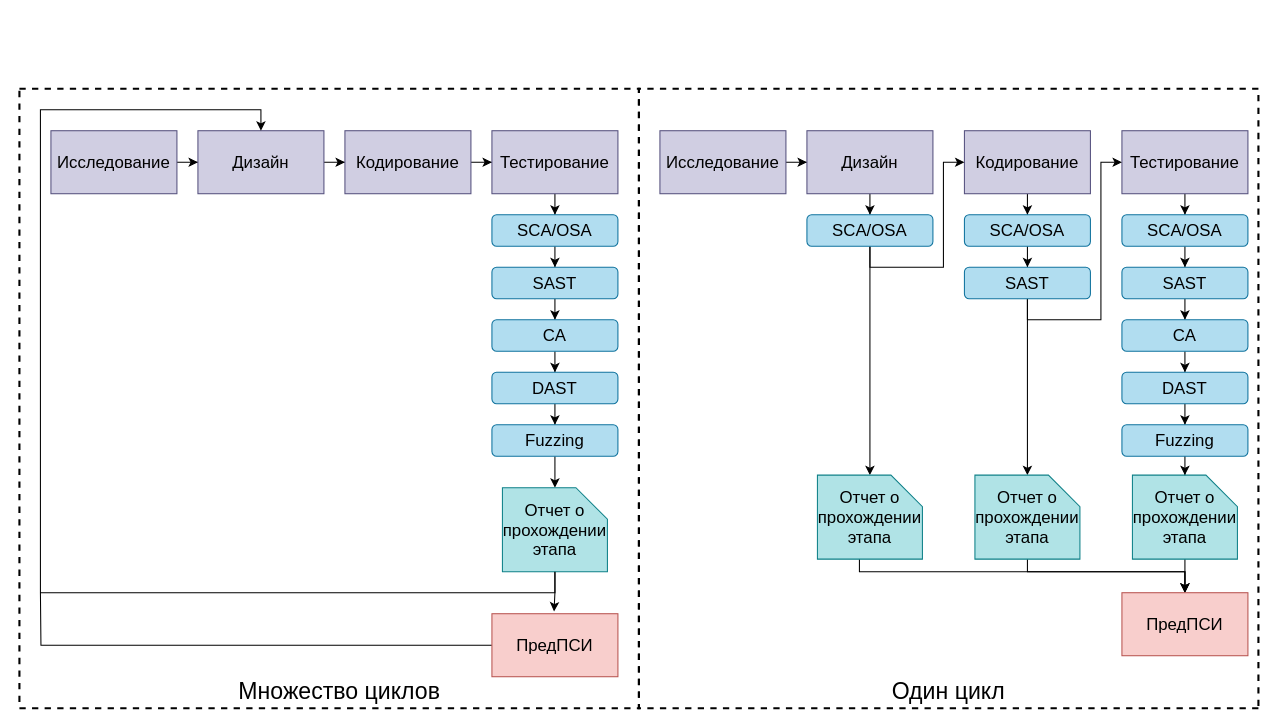
This is page "Страница 6" (6 of 7) of Untitled Diagram2.drawio from GoluzinaD/Python, a draw.io file, before an edit. Source tidied: cells renumbered, new cells numbered last; positions are measured from the earlier drawing's top-left corner, leaving out a move shared by most shapes. Both pictures are drawn from the tidied source at 105%, with x=0, y=0 at pixel (19, 88).
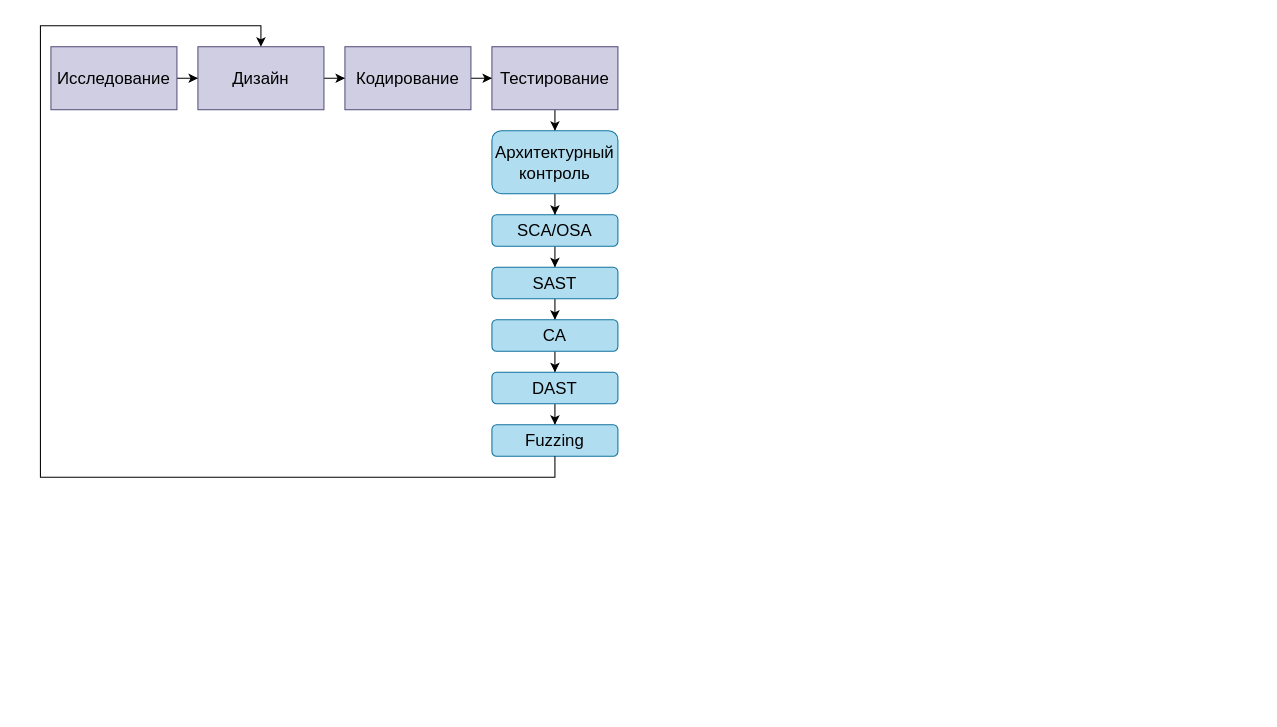
The same diagram, later.

Unchanged cells that the change refers to:
```xml
<mxCell id="12" value="SCA/OSA" style="rounded=1;whiteSpace=wrap;html=1;fontSize=16;fillColor=#b1ddf0;strokeColor=#10739e;fontStyle=0;" parent="1" vertex="1">
  <mxGeometry x="450" y="120" width="120" height="30" as="geometry" />
</mxCell>
<mxCell id="20" value="Fuzzing" style="rounded=1;whiteSpace=wrap;html=1;fontSize=16;fillColor=#b1ddf0;strokeColor=#10739e;fontStyle=0;" parent="1" vertex="1">
  <mxGeometry x="450" y="320" width="120" height="30" as="geometry" />
</mxCell>
```

What changed in the source:
```diff
@@
-    <mxCell id="2" style="rounded=0;whiteSpace=wrap;html=1;fontSize=16;fillColor=none;dashed=1;perimeterSpacing=3;strokeWidth=2;" parent="1" vertex="1">
-      <mxGeometry width="590" height="590" as="geometry" />
-    </mxCell>
@@
     <mxCell id="4" value="Исследование" style="rounded=0;whiteSpace=wrap;html=1;fontSize=16;fillColor=#d0cee2;strokeColor=#56517e;fontStyle=0;" parent="1" vertex="1">
-      <mxGeometry x="30" y="40" width="120" height="60" as="geometry" />
+      <mxGeometry x="30" y="-40" width="120" height="60" as="geometry" />
     </mxCell>
@@
     <mxCell id="6" value="Дизайн" style="rounded=0;whiteSpace=wrap;html=1;fontSize=16;fillColor=#d0cee2;strokeColor=#56517e;fontStyle=0;" parent="1" vertex="1">
-      <mxGeometry x="170" y="40" width="120" height="60" as="geometry" />
+      <mxGeometry x="170" y="-40" width="120" height="60" as="geometry" />
     </mxCell>
@@
     <mxCell id="8" value="Кодирование" style="rounded=0;whiteSpace=wrap;html=1;fontSize=16;fillColor=#d0cee2;strokeColor=#56517e;fontStyle=0;" parent="1" vertex="1">
-      <mxGeometry x="310" y="40" width="120" height="60" as="geometry" />
+      <mxGeometry x="310" y="-40" width="120" height="60" as="geometry" />
     </mxCell>
-    <mxCell id="9" style="edgeStyle=orthogonalEdgeStyle;rounded=0;jettySize=auto;html=1;entryX=0.5;entryY=0;entryDx=0;entryDy=0;fontSize=16;fontStyle=0;" parent="1" edge="1" source="10" target="12">
-      <mxGeometry relative="1" as="geometry" />
-    </mxCell>
+    <mxCell id="62" style="edgeStyle=orthogonalEdgeStyle;rounded=0;jettySize=auto;html=1;entryX=0.5;entryY=0;entryDx=0;entryDy=0;" parent="1" edge="1" source="10" target="64">
+      <mxGeometry relative="1" as="geometry" />
+    </mxCell>
     <mxCell id="10" value="Тестирование" style="rounded=0;whiteSpace=wrap;html=1;fontSize=16;fillColor=#d0cee2;strokeColor=#56517e;fontStyle=0;" parent="1" vertex="1">
-      <mxGeometry x="450" y="40" width="120" height="60" as="geometry" />
+      <mxGeometry x="450" y="-40" width="120" height="60" as="geometry" />
     </mxCell>
@@
-    <mxCell id="19" style="edgeStyle=orthogonalEdgeStyle;rounded=0;jettySize=auto;html=1;fontSize=16;fillColor=#b0e3e6;strokeColor=#000000;fontStyle=0;" parent="1" edge="1" source="20" target="22">
-      <mxGeometry relative="1" as="geometry" />
-    </mxCell>
@@
-    <mxCell id="21" style="edgeStyle=orthogonalEdgeStyle;rounded=0;jettySize=auto;html=1;fontSize=16;strokeColor=#000000;entryX=0.493;entryY=-0.036;entryDx=0;entryDy=0;entryPerimeter=0;fontStyle=0;" parent="1" edge="1" source="22" target="58">
-      <mxGeometry relative="1" as="geometry" />
-    </mxCell>
-    <mxCell id="22" value="Отчет о прохождении этапа" style="shape=card;whiteSpace=wrap;html=1;direction=south;fontSize=16;fillColor=#b0e3e6;strokeColor=#0e8088;fontStyle=0;" parent="1" vertex="1">
-      <mxGeometry x="460" y="380" width="100" height="80" as="geometry" />
-    </mxCell>
-    <mxCell id="23" style="edgeStyle=orthogonalEdgeStyle;rounded=0;jettySize=auto;html=1;entryX=0.5;entryY=0;entryDx=0;entryDy=0;fontSize=16;strokeColor=#000000;exitX=1;exitY=0.5;exitDx=0;exitDy=0;exitPerimeter=0;fontStyle=0;" parent="1" edge="1" source="22" target="6">
+    <mxCell id="23" style="edgeStyle=orthogonalEdgeStyle;rounded=0;jettySize=auto;html=1;entryX=0.5;entryY=0;entryDx=0;entryDy=0;fontSize=16;strokeColor=#000000;exitX=0.5;exitY=1;exitDx=0;exitDy=0;fontStyle=0;" parent="1" edge="1" source="20" target="6">
       <mxGeometry relative="1" as="geometry">
         <Array as="points">
-          <mxPoint x="510" y="480" />
-          <mxPoint x="20" y="480" />
-          <mxPoint x="20" y="20" />
-          <mxPoint x="230" y="20" />
+          <mxPoint x="510" y="370" />
+          <mxPoint x="20" y="370" />
+          <mxPoint x="20" y="-60" />
+          <mxPoint x="230" y="-60" />
         </Array>
       </mxGeometry>
     </mxCell>
-    <mxCell id="24" style="edgeStyle=orthogonalEdgeStyle;rounded=0;jettySize=auto;html=1;entryX=0;entryY=0.5;entryDx=0;entryDy=0;fontSize=16;fontStyle=0;" parent="1" edge="1" source="25" target="27">
-      <mxGeometry relative="1" as="geometry" />
-    </mxCell>
-    <mxCell id="25" value="Исследование" style="rounded=0;whiteSpace=wrap;html=1;fontSize=16;fillColor=#d0cee2;strokeColor=#56517e;fontStyle=0;" parent="1" vertex="1">
-      <mxGeometry x="610" y="40" width="120" height="60" as="geometry" />
-    </mxCell>
-    <mxCell id="26" style="edgeStyle=orthogonalEdgeStyle;rounded=0;jettySize=auto;html=1;entryX=0.5;entryY=0;entryDx=0;entryDy=0;fontSize=16;fontStyle=0;" parent="1" edge="1" source="27" target="34">
-      <mxGeometry relative="1" as="geometry" />
-    </mxCell>
-    <mxCell id="27" value="Дизайн" style="rounded=0;whiteSpace=wrap;html=1;fontSize=16;fillColor=#d0cee2;strokeColor=#56517e;fontStyle=0;" parent="1" vertex="1">
-      <mxGeometry x="750" y="40" width="120" height="60" as="geometry" />
-    </mxCell>
-    <mxCell id="28" style="edgeStyle=orthogonalEdgeStyle;rounded=0;jettySize=auto;html=1;entryX=0.5;entryY=0;entryDx=0;entryDy=0;fontSize=16;fontStyle=0;" parent="1" edge="1" source="29" target="36">
-      <mxGeometry relative="1" as="geometry" />
-    </mxCell>
-    <mxCell id="29" value="Кодирование" style="rounded=0;whiteSpace=wrap;html=1;fontSize=16;fillColor=#d0cee2;strokeColor=#56517e;fontStyle=0;" parent="1" vertex="1">
-      <mxGeometry x="900" y="40" width="120" height="60" as="geometry" />
-    </mxCell>
-    <mxCell id="30" style="edgeStyle=orthogonalEdgeStyle;rounded=0;jettySize=auto;html=1;entryX=0.5;entryY=0;entryDx=0;entryDy=0;fontSize=16;fontStyle=0;" parent="1" edge="1" source="31" target="38">
-      <mxGeometry relative="1" as="geometry" />
-    </mxCell>
-    <mxCell id="31" value="Тестирование" style="rounded=0;whiteSpace=wrap;html=1;fontSize=16;fillColor=#d0cee2;strokeColor=#56517e;fontStyle=0;" parent="1" vertex="1">
-      <mxGeometry x="1050" y="40" width="120" height="60" as="geometry" />
-    </mxCell>
-    <mxCell id="32" style="edgeStyle=orthogonalEdgeStyle;rounded=0;jettySize=auto;html=1;entryX=0;entryY=0.5;entryDx=0;entryDy=0;fontSize=16;fontStyle=0;" parent="1" edge="1" source="34" target="29">
-      <mxGeometry relative="1" as="geometry">
-        <Array as="points">
-          <mxPoint x="810" y="170" />
-          <mxPoint x="880" y="170" />
-          <mxPoint x="880" y="70" />
-        </Array>
-      </mxGeometry>
-    </mxCell>
-    <mxCell id="33" style="edgeStyle=orthogonalEdgeStyle;rounded=0;jettySize=auto;html=1;entryX=0;entryY=0.5;entryDx=0;entryDy=0;entryPerimeter=0;fontSize=16;fontStyle=0;" parent="1" edge="1" source="34" target="51">
-      <mxGeometry relative="1" as="geometry" />
-    </mxCell>
-    <mxCell id="34" value="SCA/OSA" style="rounded=1;whiteSpace=wrap;html=1;fontSize=16;fillColor=#b1ddf0;strokeColor=#10739e;fontStyle=0;" parent="1" vertex="1">
-      <mxGeometry x="750" y="120" width="120" height="30" as="geometry" />
-    </mxCell>
-    <mxCell id="35" style="edgeStyle=orthogonalEdgeStyle;rounded=0;jettySize=auto;html=1;entryX=0.5;entryY=0;entryDx=0;entryDy=0;fontSize=16;fillColor=#b1ddf0;strokeColor=#000000;fontStyle=0;" parent="1" edge="1" source="36" target="41">
-      <mxGeometry relative="1" as="geometry" />
-    </mxCell>
-    <mxCell id="36" value="SCA/OSA" style="rounded=1;whiteSpace=wrap;html=1;fontSize=16;fillColor=#b1ddf0;strokeColor=#10739e;fontStyle=0;" parent="1" vertex="1">
-      <mxGeometry x="900" y="120" width="120" height="30" as="geometry" />
-    </mxCell>
-    <mxCell id="37" style="edgeStyle=orthogonalEdgeStyle;rounded=0;jettySize=auto;html=1;entryX=0.5;entryY=0;entryDx=0;entryDy=0;fontSize=16;fillColor=#b1ddf0;strokeColor=#000000;fontStyle=0;" parent="1" edge="1" source="38" target="43">
-      <mxGeometry relative="1" as="geometry" />
-    </mxCell>
-    <mxCell id="38" value="SCA/OSA" style="rounded=1;whiteSpace=wrap;html=1;fontSize=16;fillColor=#b1ddf0;strokeColor=#10739e;fontStyle=0;" parent="1" vertex="1">
-      <mxGeometry x="1050" y="120" width="120" height="30" as="geometry" />
-    </mxCell>
-    <mxCell id="39" style="edgeStyle=orthogonalEdgeStyle;rounded=0;jettySize=auto;html=1;entryX=0;entryY=0.5;entryDx=0;entryDy=0;fontSize=16;fontStyle=0;" parent="1" edge="1" source="41" target="31">
-      <mxGeometry relative="1" as="geometry">
-        <Array as="points">
-          <mxPoint x="960" y="220" />
-          <mxPoint x="1030" y="220" />
-          <mxPoint x="1030" y="70" />
-        </Array>
-      </mxGeometry>
-    </mxCell>
-    <mxCell id="40" style="edgeStyle=orthogonalEdgeStyle;rounded=0;jettySize=auto;html=1;fontSize=16;fontStyle=0;" parent="1" edge="1" source="41" target="53">
-      <mxGeometry relative="1" as="geometry" />
-    </mxCell>
-    <mxCell id="41" value="SAST" style="rounded=1;whiteSpace=wrap;html=1;fontSize=16;fillColor=#b1ddf0;strokeColor=#10739e;fontStyle=0;" parent="1" vertex="1">
-      <mxGeometry x="900" y="170" width="120" height="30" as="geometry" />
-    </mxCell>
-    <mxCell id="42" style="edgeStyle=orthogonalEdgeStyle;rounded=0;jettySize=auto;html=1;entryX=0.5;entryY=0;entryDx=0;entryDy=0;fontSize=16;fillColor=#b1ddf0;strokeColor=#000000;fontStyle=0;" parent="1" edge="1" source="43" target="45">
-      <mxGeometry relative="1" as="geometry" />
-    </mxCell>
-    <mxCell id="43" value="SAST" style="rounded=1;whiteSpace=wrap;html=1;fontSize=16;fillColor=#b1ddf0;strokeColor=#10739e;fontStyle=0;" parent="1" vertex="1">
-      <mxGeometry x="1050" y="170" width="120" height="30" as="geometry" />
-    </mxCell>
-    <mxCell id="44" style="edgeStyle=orthogonalEdgeStyle;rounded=0;jettySize=auto;html=1;entryX=0.5;entryY=0;entryDx=0;entryDy=0;fontSize=16;fillColor=#b1ddf0;strokeColor=#000000;fontStyle=0;" parent="1" edge="1" source="45" target="47">
-      <mxGeometry relative="1" as="geometry" />
-    </mxCell>
-    <mxCell id="45" value="CA" style="rounded=1;whiteSpace=wrap;html=1;fontSize=16;fillColor=#b1ddf0;strokeColor=#10739e;fontStyle=0;" parent="1" vertex="1">
-      <mxGeometry x="1050" y="220" width="120" height="30" as="geometry" />
-    </mxCell>
-    <mxCell id="46" style="edgeStyle=orthogonalEdgeStyle;rounded=0;jettySize=auto;html=1;entryX=0.5;entryY=0;entryDx=0;entryDy=0;fontSize=16;fillColor=#b1ddf0;strokeColor=#000000;fontStyle=0;" parent="1" edge="1" source="47" target="49">
-      <mxGeometry relative="1" as="geometry" />
-    </mxCell>
-    <mxCell id="47" value="DAST" style="rounded=1;whiteSpace=wrap;html=1;fontSize=16;fillColor=#b1ddf0;strokeColor=#10739e;fontStyle=0;" parent="1" vertex="1">
-      <mxGeometry x="1050" y="270" width="120" height="30" as="geometry" />
-    </mxCell>
-    <mxCell id="48" style="edgeStyle=orthogonalEdgeStyle;rounded=0;jettySize=auto;html=1;fontSize=16;fillColor=#b0e3e6;strokeColor=#000000;fontStyle=0;" parent="1" edge="1" source="49" target="55">
-      <mxGeometry relative="1" as="geometry" />
-    </mxCell>
-    <mxCell id="49" value="Fuzzing" style="rounded=1;whiteSpace=wrap;html=1;fontSize=16;fillColor=#b1ddf0;strokeColor=#10739e;fontStyle=0;" parent="1" vertex="1">
-      <mxGeometry x="1050" y="320" width="120" height="30" as="geometry" />
-    </mxCell>
-    <mxCell id="50" style="edgeStyle=orthogonalEdgeStyle;rounded=0;jettySize=auto;html=1;fontSize=16;strokeColor=#000000;entryX=0.5;entryY=0;entryDx=0;entryDy=0;fontStyle=0;" parent="1" edge="1" source="51" target="56">
-      <mxGeometry relative="1" as="geometry">
-        <Array as="points">
-          <mxPoint x="800" y="460" />
-          <mxPoint x="1110" y="460" />
-        </Array>
-      </mxGeometry>
-    </mxCell>
-    <mxCell id="51" value="Отчет о прохождении этапа" style="shape=card;whiteSpace=wrap;html=1;direction=south;fontSize=16;fillColor=#b0e3e6;strokeColor=#0e8088;fontStyle=0;" parent="1" vertex="1">
-      <mxGeometry x="760" y="368" width="100" height="80" as="geometry" />
-    </mxCell>
-    <mxCell id="52" style="edgeStyle=orthogonalEdgeStyle;rounded=0;jettySize=auto;html=1;fontSize=16;strokeColor=#000000;fontStyle=0;" parent="1" edge="1" source="53" target="56">
-      <mxGeometry relative="1" as="geometry">
-        <Array as="points">
-          <mxPoint x="960" y="460" />
-          <mxPoint x="1110" y="460" />
-        </Array>
-      </mxGeometry>
-    </mxCell>
-    <mxCell id="53" value="Отчет о прохождении этапа" style="shape=card;whiteSpace=wrap;html=1;direction=south;fontSize=16;fillColor=#b0e3e6;strokeColor=#0e8088;fontStyle=0;" parent="1" vertex="1">
-      <mxGeometry x="910" y="368" width="100" height="80" as="geometry" />
-    </mxCell>
-    <mxCell id="54" style="edgeStyle=orthogonalEdgeStyle;rounded=0;jettySize=auto;html=1;fontSize=16;strokeColor=#000000;fontStyle=0;" parent="1" edge="1" source="55" target="56">
-      <mxGeometry relative="1" as="geometry" />
-    </mxCell>
-    <mxCell id="55" value="Отчет о прохождении этапа" style="shape=card;whiteSpace=wrap;html=1;direction=south;fontSize=16;fillColor=#b0e3e6;strokeColor=#0e8088;fontStyle=0;" parent="1" vertex="1">
-      <mxGeometry x="1060" y="368" width="100" height="80" as="geometry" />
-    </mxCell>
-    <mxCell id="56" value="ПредПСИ" style="rounded=0;whiteSpace=wrap;html=1;fontSize=16;fillColor=#f8cecc;strokeColor=#b85450;fontStyle=0;" parent="1" vertex="1">
-      <mxGeometry x="1050" y="480" width="120" height="60" as="geometry" />
-    </mxCell>
-    <mxCell id="57" style="edgeStyle=orthogonalEdgeStyle;rounded=0;jettySize=auto;html=1;fontSize=22;strokeColor=#000000;endArrow=none;endFill=0;" parent="1" edge="1" source="58">
-      <mxGeometry relative="1" as="geometry">
-        <mxPoint x="20" y="480" as="targetPoint" />
-      </mxGeometry>
-    </mxCell>
-    <mxCell id="58" value="ПредПСИ" style="rounded=0;whiteSpace=wrap;html=1;fontSize=16;fillColor=#f8cecc;strokeColor=#b85450;fontStyle=0;" parent="1" vertex="1">
-      <mxGeometry x="450" y="500" width="120" height="60" as="geometry" />
-    </mxCell>
-    <mxCell id="59" style="rounded=0;whiteSpace=wrap;html=1;fontSize=16;fillColor=none;dashed=1;perimeterSpacing=3;strokeWidth=2;direction=west;" parent="1" vertex="1">
-      <mxGeometry x="590" width="590" height="590" as="geometry" />
-    </mxCell>
-    <mxCell id="60" value="&lt;font style=&quot;font-size: 22px;&quot;&gt;Один цикл&lt;br&gt;&lt;/font&gt;" style="text;html=1;strokeColor=none;fillColor=none;align=center;verticalAlign=middle;whiteSpace=wrap;rounded=0;dashed=1;fontSize=16;" parent="1" vertex="1">
-      <mxGeometry x="590" y="560" width="590" height="30" as="geometry" />
-    </mxCell>
-    <mxCell id="61" value="&lt;font style=&quot;font-size: 22px;&quot;&gt;Множество циклов&lt;/font&gt;" style="text;html=1;strokeColor=none;fillColor=none;align=center;verticalAlign=middle;whiteSpace=wrap;rounded=0;dashed=1;fontSize=16;" parent="1" vertex="1">
-      <mxGeometry x="10" y="560" width="590" height="30" as="geometry" />
-    </mxCell>
+    <mxCell id="63" style="edgeStyle=orthogonalEdgeStyle;rounded=0;jettySize=auto;html=1;entryX=0.5;entryY=0;entryDx=0;entryDy=0;" parent="1" edge="1" source="64" target="12">
+      <mxGeometry relative="1" as="geometry" />
+    </mxCell>
+    <mxCell id="64" value="Архитектурный контроль" style="rounded=1;whiteSpace=wrap;html=1;fontSize=16;fillColor=#b1ddf0;strokeColor=#10739e;fontStyle=0;" parent="1" vertex="1">
+      <mxGeometry x="450" y="40" width="120" height="60" as="geometry" />
+    </mxCell>
```
